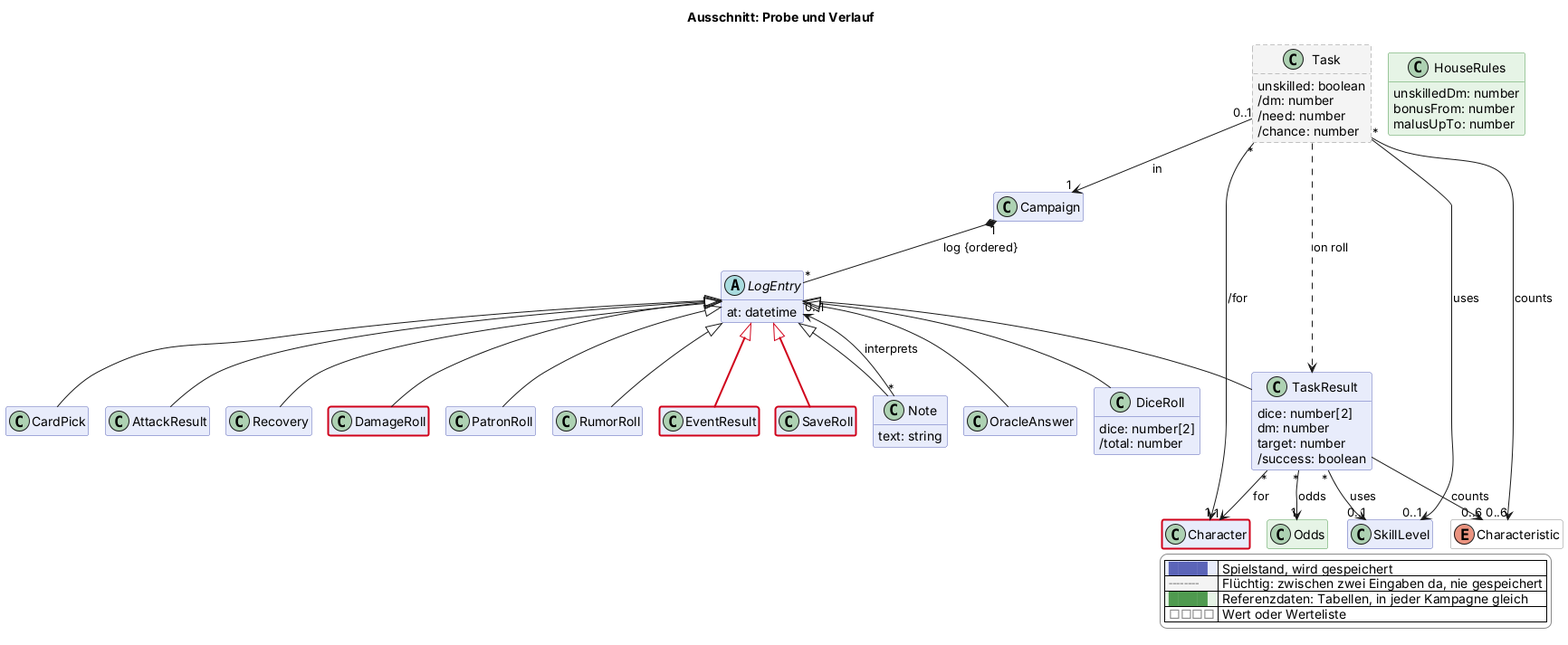
scuzzar/SRE keeps this PlantUML diagram as docs/views/probe.png. Above is the earlier version.
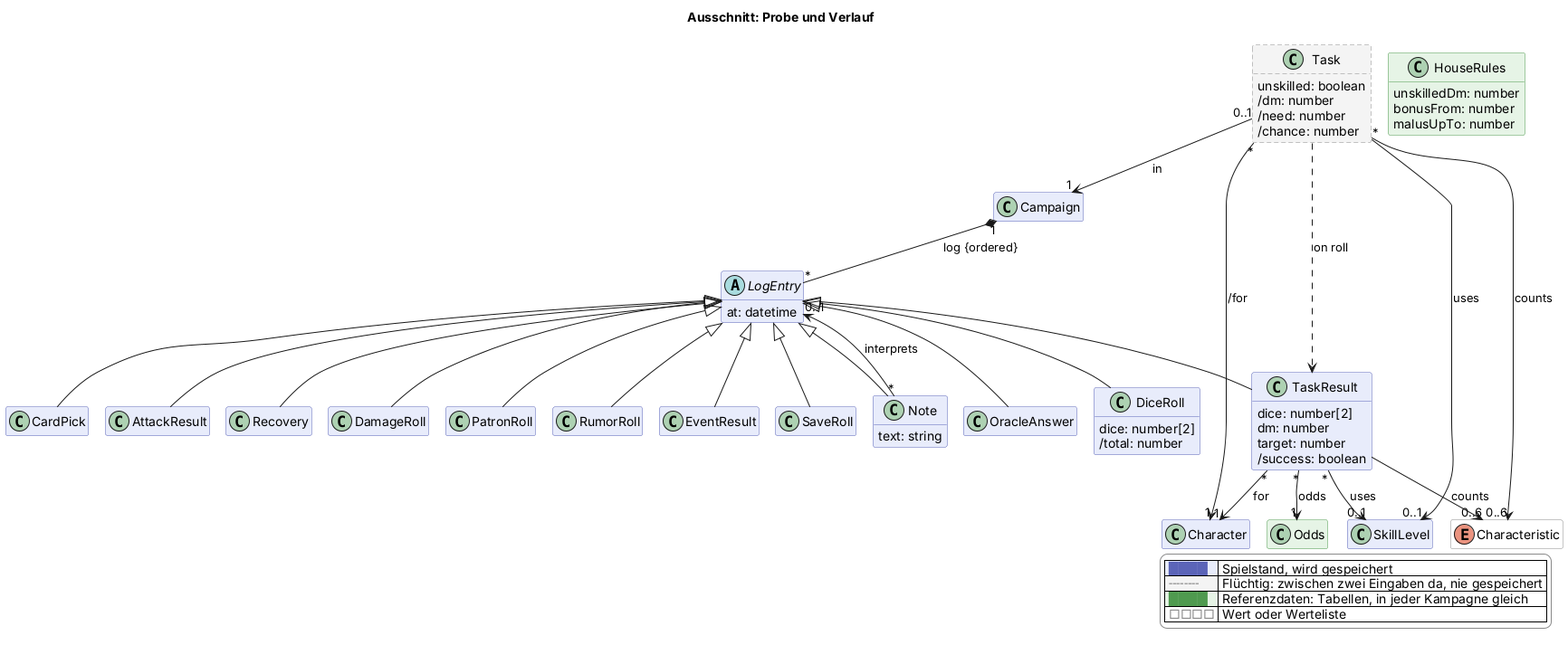
After the commit.

What changed in the source:
```diff
@@ -86,8 +86,8 @@
   }
   class PatronRoll $begegnung
   class RumorRoll $begegnung
-  class EventResult $begegnung $newClass("2026-11-12c")
-  class SaveRoll $begegnung $newClass("2026-11-12c")
+  class EventResult $begegnung
+  class SaveRoll $begegnung
 
   class Task <<transient>> $probe {
     unskilled: boolean
@@ -143,8 +143,8 @@
 Task ..> TaskResult : on roll
 
 
-LogEntry <|-$newArrow("2026-11-12c")- EventResult
-LogEntry <|-$newArrow("2026-11-12c")- SaveRoll
+LogEntry <|-- EventResult
+LogEntry <|-- SaveRoll
 
 
 
@@ -154,6 +154,4 @@
   |<#e6f4e6> <color:#4f9a4f>████</color> | Referenzdaten: Tabellen, in jeder Kampagne gleich |
   |<#ffffff> <color:#8a8a8a>□□□□</color> | Wert oder Werteliste |
 endlegend
-class Character #line:d0021b;line.bold
-class DamageRoll #line:d0021b;line.bold
 @enduml
```
